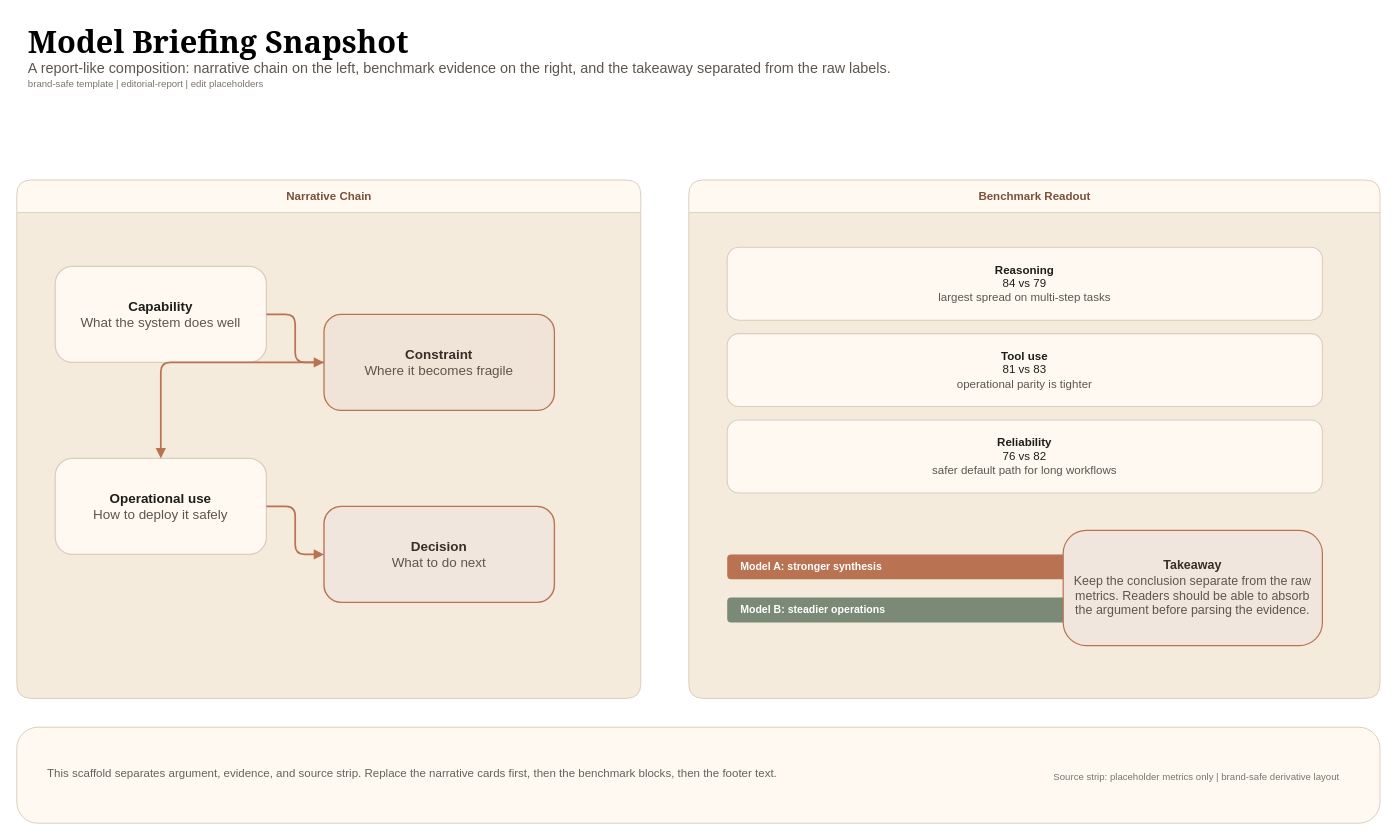
This is page "Editorial Report Template" (2 of 2) of assets/drawio-skill-template-pack.drawio from gigio1023/drawio-agent-skill, a draw.io file, before an edit. Source tidied: cells renumbered, new cells numbered last; positions are measured from the earlier drawing's top-left corner, leaving out a move shared by most shapes. Both pictures are drawn from the tidied source at 96%, with x=0, y=0 at pixel (16, 16).
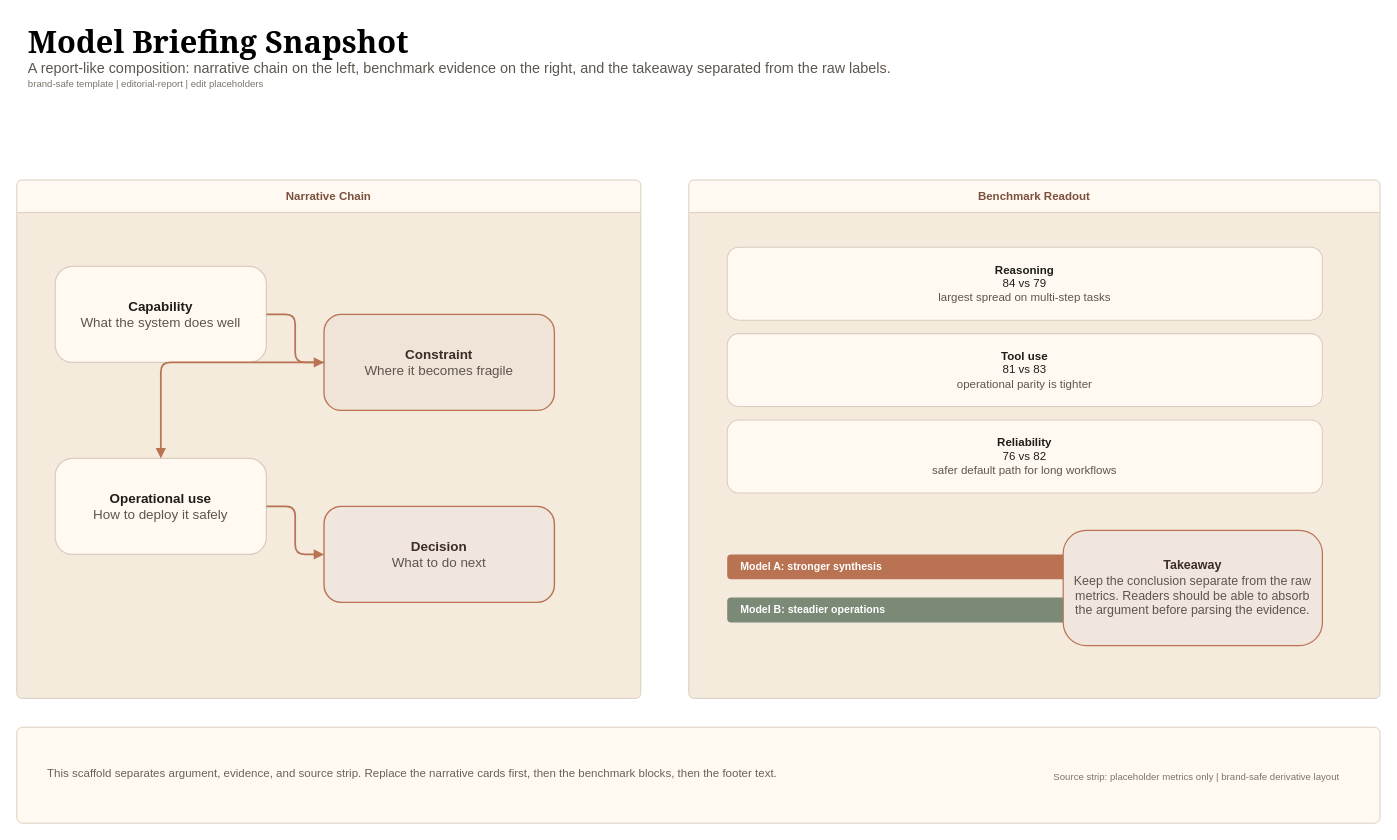
The same page after the edit.

The edit, as a diff of the source:
```diff
@@
-    <mxCell id="3" value="Narrative Chain" style="swimlane;startSize=34;rounded=1;html=1;fillColor=#FFF9F1;strokeColor=#D9CDBE;swimlaneFillColor=#F4EBDD;fontColor=#7A513D;fontStyle=1;" parent="1" vertex="1">
+    <mxCell id="3" value="Narrative Chain" style="swimlane;startSize=34;rounded=1;absoluteArcSize=1;arcSize=12;html=1;whiteSpace=wrap;spacing=10;fillColor=#FFF9F1;strokeColor=#D9CDBE;swimlaneFillColor=#F4EBDD;fontColor=#7A513D;fontStyle=1;" parent="1" vertex="1">
       <mxGeometry y="170" width="650" height="540" as="geometry" />
     </mxCell>
-    <mxCell id="4" value="Benchmark Readout" style="swimlane;startSize=34;rounded=1;html=1;fillColor=#FFF9F1;strokeColor=#D9CDBE;swimlaneFillColor=#F4EBDD;fontColor=#7A513D;fontStyle=1;" parent="1" vertex="1">
+    <mxCell id="4" value="Benchmark Readout" style="swimlane;startSize=34;rounded=1;absoluteArcSize=1;arcSize=12;html=1;whiteSpace=wrap;spacing=10;fillColor=#FFF9F1;strokeColor=#D9CDBE;swimlaneFillColor=#F4EBDD;fontColor=#7A513D;fontStyle=1;" parent="1" vertex="1">
       <mxGeometry x="700" y="170" width="720" height="540" as="geometry" />
     </mxCell>
-    <mxCell id="5" style="rounded=1;whiteSpace=wrap;html=1;fillColor=#FFF9F1;strokeColor=#D9CDBE;arcSize=22;" parent="1" vertex="1">
+    <mxCell id="5" style="rounded=1;absoluteArcSize=1;arcSize=12;whiteSpace=wrap;html=1;fillColor=#FFF9F1;strokeColor=#D9CDBE;" parent="1" vertex="1">
       <mxGeometry y="740" width="1420" height="100" as="geometry" />
     </mxCell>
```
